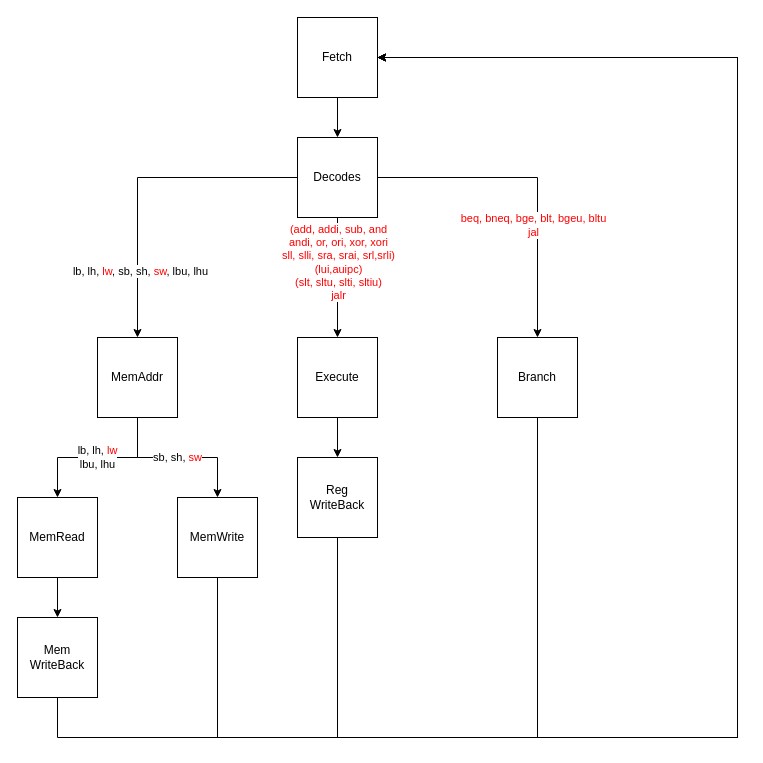
Before: Untitled Diagram.drawio in cyx233/CppSource, a draw.io diagram. Source tidied: cells renumbered, new cells numbered last; positions are measured from the earlier drawing's top-left corner, leaving out a move shared by most shapes. Both pictures are drawn from the tidied source at 100%, with x=0, y=0 at pixel (17, 17).
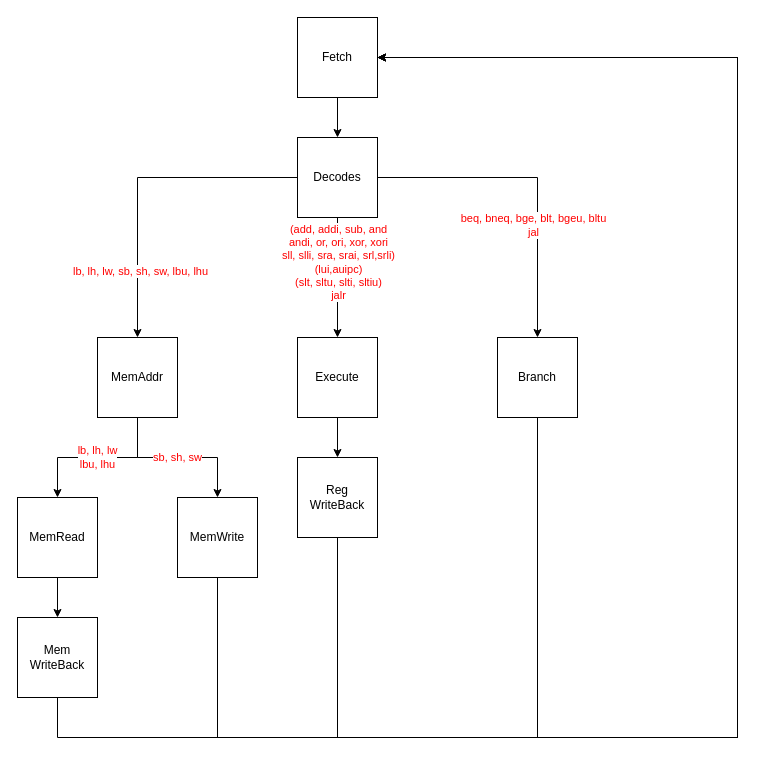
After the change.

The change refers to these unchanged cells:
```xml
<mxCell id="4" style="edgeStyle=orthogonalEdgeStyle;rounded=0;jettySize=auto;html=1;exitX=0;exitY=0.5;exitDx=0;exitDy=0;entryX=0.5;entryY=0;entryDx=0;entryDy=0;" parent="1" edge="1" source="10" target="17">
  <mxGeometry relative="1" as="geometry" />
</mxCell>
<mxCell id="17" value="MemAddr" style="whiteSpace=wrap;html=1;" parent="1" vertex="1">
  <mxGeometry x="80" y="320" width="80" height="80" as="geometry" />
</mxCell>
<mxCell id="21" value="MemWrite" style="whiteSpace=wrap;html=1;" parent="1" vertex="1">
  <mxGeometry x="160" y="480" width="80" height="80" as="geometry" />
</mxCell>
<mxCell id="23" value="MemRead" style="whiteSpace=wrap;html=1;" parent="1" vertex="1">
  <mxGeometry y="480" width="80" height="80" as="geometry" />
</mxCell>
```

The edit, as a diff of the source:
```diff
@@
-    <mxCell id="5" value="lb, lh, &lt;font color=&quot;#FF0000&quot;&gt;lw&lt;/font&gt;, sb, sh,&lt;font color=&quot;#FF0000&quot;&gt; sw&lt;/font&gt;, lbu, lhu" style="edgeLabel;html=1;align=center;verticalAlign=middle;" parent="4" vertex="1">
+    <mxCell id="5" value="&lt;font color=&quot;#FF0000&quot;&gt;lb, lh, lw, sb, sh, sw, lbu, lhu&lt;/font&gt;" style="edgeLabel;html=1;align=center;verticalAlign=middle;" parent="4" vertex="1">
       <mxGeometry x="0.58" y="2" relative="1" as="geometry" />
     </mxCell>
@@
-    <mxCell id="15" value="&lt;div&gt;lb, lh, &lt;font color=&quot;#FF0000&quot;&gt;lw&lt;/font&gt;&lt;/div&gt;&lt;div&gt;lbu, lhu&lt;/div&gt;" style="edgeStyle=orthogonalEdgeStyle;rounded=0;jettySize=auto;html=1;entryX=0.5;entryY=0;entryDx=0;entryDy=0;" parent="1" edge="1" source="17" target="23">
+    <mxCell id="15" value="&lt;div&gt;&lt;font color=&quot;#FF0000&quot;&gt;lb, lh, lw&lt;/font&gt;&lt;/div&gt;&lt;div&gt;&lt;font color=&quot;#FF0000&quot;&gt;lbu, lhu&lt;/font&gt;&lt;/div&gt;" style="edgeStyle=orthogonalEdgeStyle;rounded=0;jettySize=auto;html=1;entryX=0.5;entryY=0;entryDx=0;entryDy=0;" parent="1" edge="1" source="17" target="23">
       <mxGeometry relative="1" as="geometry" />
     </mxCell>
-    <mxCell id="16" value="sb, sh, &lt;font color=&quot;#FF0000&quot;&gt;sw&lt;/font&gt;" style="edgeStyle=orthogonalEdgeStyle;rounded=0;jettySize=auto;html=1;" parent="1" edge="1" source="17" target="21">
+    <mxCell id="16" value="&lt;font color=&quot;#FF0000&quot;&gt;sb, sh, sw&lt;/font&gt;" style="edgeStyle=orthogonalEdgeStyle;rounded=0;jettySize=auto;html=1;" parent="1" edge="1" source="17" target="21">
       <mxGeometry relative="1" as="geometry" />
     </mxCell>
```
